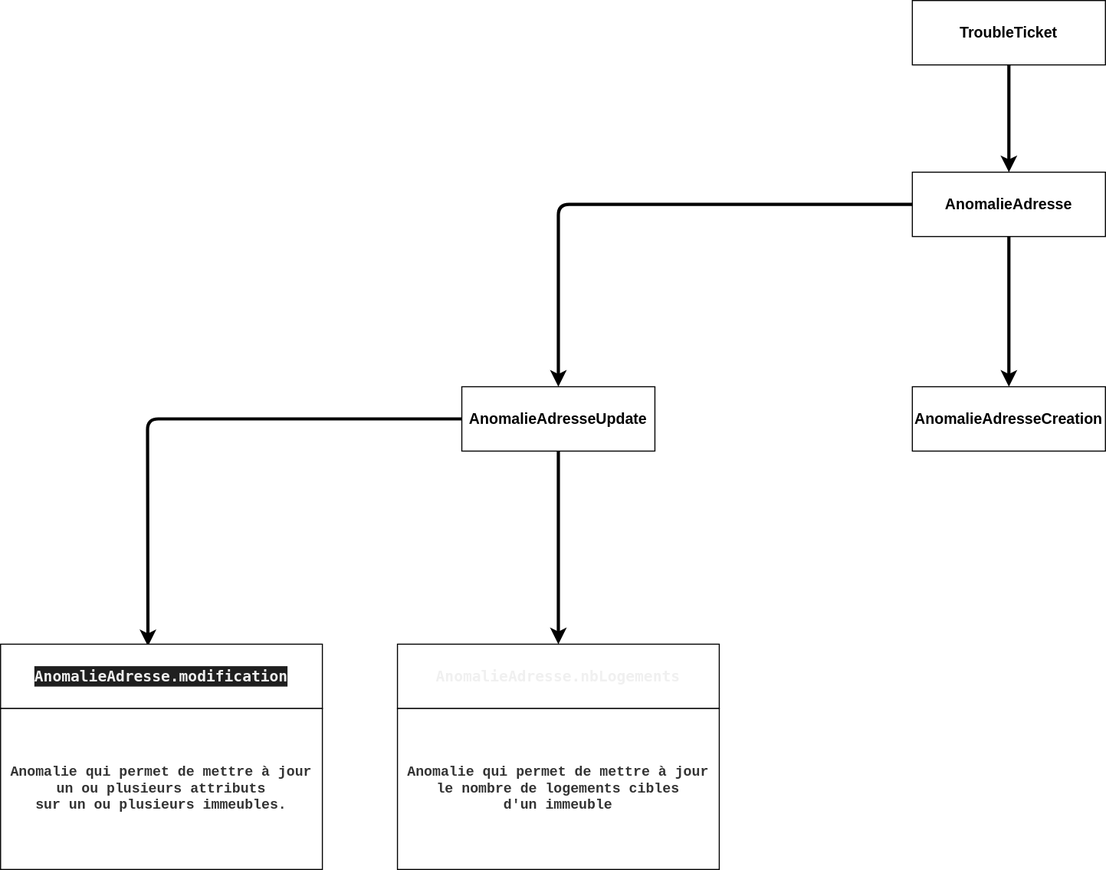
This is type.drawio.svg from before-interop/anomalieAdresse, a draw.io export, as it was before one commit. Source tidied: cells renumbered, new cells last; positions are measured from the earlier drawing's top-left corner, leaving out a move shared by most shapes.
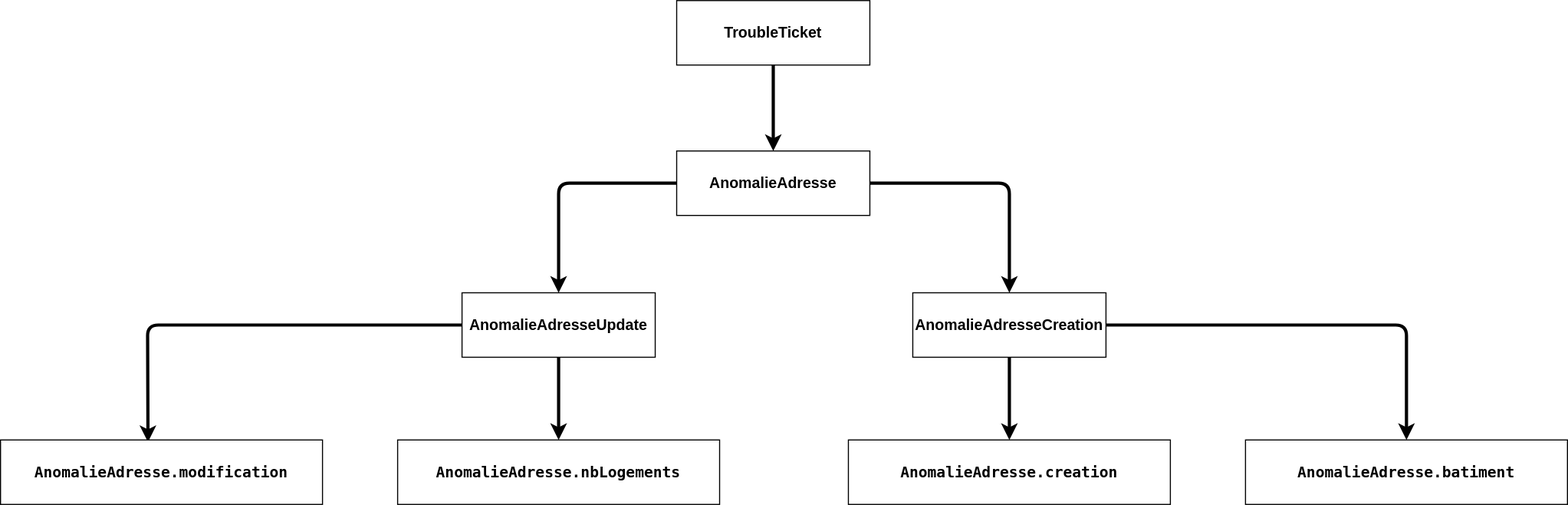
The same file after the commit.

Diff of the diagram source:
```diff
@@ -6,7 +6,7 @@
       <mxGeometry relative="1" as="geometry" />
     </mxCell>
     <mxCell id="3" value="TroubleTicket" style="rounded=0;whiteSpace=wrap;html=1;fontStyle=1;fontSize=14;" parent="1" vertex="1">
-      <mxGeometry x="850" width="180" height="60" as="geometry" />
+      <mxGeometry x="630" y="20" width="180" height="60" as="geometry" />
     </mxCell>
     <mxCell id="4" style="edgeStyle=none;html=1;entryX=0.5;entryY=0;entryDx=0;entryDy=0;strokeWidth=3;" parent="1" edge="1" source="6" target="9">
       <mxGeometry relative="1" as="geometry">
@@ -15,16 +15,20 @@
         </Array>
       </mxGeometry>
     </mxCell>
-    <mxCell id="5" style="edgeStyle=none;html=1;strokeWidth=3;" parent="1" edge="1" source="6" target="12">
-      <mxGeometry relative="1" as="geometry" />
+    <mxCell id="5" style="edgeStyle=none;html=1;strokeWidth=3;exitX=1;exitY=0.5;exitDx=0;exitDy=0;" parent="1" edge="1" source="6" target="12">
+      <mxGeometry relative="1" as="geometry">
+        <Array as="points">
+          <mxPoint x="940" y="190" />
+        </Array>
+      </mxGeometry>
     </mxCell>
     <mxCell id="6" value="AnomalieAdresse" style="rounded=0;whiteSpace=wrap;html=1;fontStyle=1;fontSize=14;" parent="1" vertex="1">
-      <mxGeometry x="850" y="160" width="180" height="60" as="geometry" />
+      <mxGeometry x="630" y="160" width="180" height="60" as="geometry" />
     </mxCell>
     <mxCell id="7" style="edgeStyle=none;html=1;entryX=0.458;entryY=0.032;entryDx=0;entryDy=0;entryPerimeter=0;strokeWidth=3;" parent="1" edge="1" source="9" target="10">
       <mxGeometry relative="1" as="geometry">
         <Array as="points">
-          <mxPoint x="137" y="390" />
+          <mxPoint x="137" y="322" />
         </Array>
       </mxGeometry>
     </mxCell>
@@ -32,22 +36,32 @@
       <mxGeometry relative="1" as="geometry" />
     </mxCell>
     <mxCell id="9" value="AnomalieAdresseUpdate" style="rounded=0;whiteSpace=wrap;html=1;fontStyle=1;fontSize=14;" parent="1" vertex="1">
-      <mxGeometry x="430" y="360" width="180" height="60" as="geometry" />
+      <mxGeometry x="430" y="292" width="180" height="60" as="geometry" />
     </mxCell>
-    <mxCell id="10" value="&lt;div style=&quot;background-color: rgb(31, 31, 31); font-family: &amp;quot;Droid Sans Mono&amp;quot;, &amp;quot;monospace&amp;quot;, monospace; font-size: 14px; line-height: 19px;&quot;&gt;&lt;span style=&quot;&quot;&gt;AnomalieAdresse.modification&lt;/span&gt;&lt;/div&gt;" style="rounded=0;whiteSpace=wrap;html=1;fontStyle=1;fontSize=15;fontColor=#F0F0F0;" parent="1" vertex="1">
-      <mxGeometry y="600" width="300" height="60" as="geometry" />
+    <mxCell id="10" value="&lt;div style=&quot;font-family: &amp;quot;Droid Sans Mono&amp;quot;, &amp;quot;monospace&amp;quot;, monospace; font-size: 14px; line-height: 19px;&quot;&gt;AnomalieAdresse.modification&lt;/div&gt;" style="rounded=0;whiteSpace=wrap;html=1;fontStyle=1;fontSize=15;fontColor=default;" parent="1" vertex="1">
+      <mxGeometry y="429" width="300" height="60" as="geometry" />
     </mxCell>
-    <mxCell id="11" value="&lt;div style=&quot;font-family: &amp;quot;Droid Sans Mono&amp;quot;, &amp;quot;monospace&amp;quot;, monospace; font-size: 14px; line-height: 19px;&quot;&gt;&lt;span style=&quot;&quot;&gt;AnomalieAdresse.nbLogements&lt;/span&gt;&lt;/div&gt;" style="rounded=0;whiteSpace=wrap;html=1;fontStyle=1;fontSize=15;fontColor=#F0F0F0;" parent="1" vertex="1">
-      <mxGeometry x="370" y="600" width="300" height="60" as="geometry" />
+    <mxCell id="11" value="&lt;div style=&quot;font-family: &amp;quot;Droid Sans Mono&amp;quot;, &amp;quot;monospace&amp;quot;, monospace; font-size: 14px; line-height: 19px;&quot;&gt;&lt;span style=&quot;&quot;&gt;AnomalieAdresse.nbLogements&lt;/span&gt;&lt;/div&gt;" style="rounded=0;whiteSpace=wrap;html=1;fontStyle=1;fontSize=15;" parent="1" vertex="1">
+      <mxGeometry x="370" y="429" width="300" height="60" as="geometry" />
     </mxCell>
+    <mxCell id="15" style="edgeStyle=none;html=1;entryX=0.5;entryY=0;entryDx=0;entryDy=0;fontColor=default;strokeWidth=3;" parent="1" edge="1" source="12" target="17">
+      <mxGeometry relative="1" as="geometry" />
+    </mxCell>
+    <mxCell id="16" style="edgeStyle=none;html=1;entryX=0.5;entryY=0;entryDx=0;entryDy=0;fontColor=default;strokeWidth=3;" parent="1" edge="1" source="12" target="18">
+      <mxGeometry relative="1" as="geometry">
+        <Array as="points">
+          <mxPoint x="1310" y="322" />
+        </Array>
+      </mxGeometry>
+    </mxCell>
     <mxCell id="12" value="AnomalieAdresseCreation" style="rounded=0;whiteSpace=wrap;html=1;fontStyle=1;fontSize=14;" parent="1" vertex="1">
-      <mxGeometry x="850" y="360" width="180" height="60" as="geometry" />
+      <mxGeometry x="850" y="292" width="180" height="60" as="geometry" />
     </mxCell>
-    <mxCell id="13" value="&lt;div style=&quot;font-size: 13px;&quot;&gt;Anomalie qui permet de mettre à jour&lt;/div&gt;&lt;div style=&quot;font-size: 13px;&quot;&gt;un ou plusieurs attributs&lt;/div&gt;&lt;div style=&quot;font-size: 13px;&quot;&gt;sur un ou plusieurs immeubles.&lt;/div&gt;" style="rounded=0;whiteSpace=wrap;html=1;fontFamily=Courier New;fontColor=#333333;fontSize=13;fontStyle=1;" parent="1" vertex="1">
-      <mxGeometry y="660" width="300" height="150" as="geometry" />
-    </mxCell>
-    <mxCell id="14" value="&lt;div style=&quot;font-size: 13px;&quot;&gt;Anomalie qui permet de mettre à jour&lt;/div&gt;&lt;div style=&quot;font-size: 13px;&quot;&gt;le nombre de logements cibles&lt;/div&gt;&lt;div style=&quot;font-size: 13px;&quot;&gt;d'un immeuble&lt;/div&gt;" style="rounded=0;whiteSpace=wrap;html=1;fontFamily=Courier New;fontColor=#333333;fontSize=13;fontStyle=1;" parent="1" vertex="1">
-      <mxGeometry x="370" y="660" width="300" height="150" as="geometry" />
-    </mxCell>
+    <mxCell id="17" value="&lt;div style=&quot;font-family: &amp;quot;Droid Sans Mono&amp;quot;, &amp;quot;monospace&amp;quot;, monospace; font-size: 14px; line-height: 19px;&quot;&gt;AnomalieAdresse.creation&lt;/div&gt;" style="rounded=0;whiteSpace=wrap;html=1;fontStyle=1;fontSize=15;fontColor=default;" parent="1" vertex="1">
+      <mxGeometry x="790" y="429" width="300" height="60" as="geometry" />
+    </mxCell>
+    <mxCell id="18" value="&lt;div style=&quot;font-family: &amp;quot;Droid Sans Mono&amp;quot;, &amp;quot;monospace&amp;quot;, monospace; font-size: 14px; line-height: 19px;&quot;&gt;&lt;span style=&quot;&quot;&gt;AnomalieAdresse.batiment&lt;/span&gt;&lt;/div&gt;" style="rounded=0;whiteSpace=wrap;html=1;fontStyle=1;fontSize=15;" parent="1" vertex="1">
+      <mxGeometry x="1160" y="429" width="300" height="60" as="geometry" />
+    </mxCell>
   </root>
 </mxGraphModel>
```
